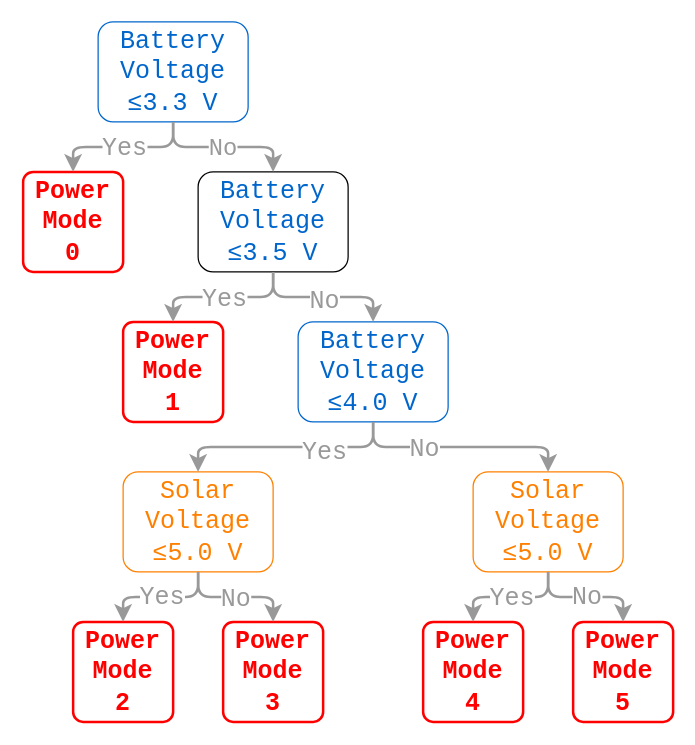
Before: resources/powerManagement.drawio in mi3nts/LoRaWANNodes, a draw.io diagram. Source tidied: cells renumbered, new cells numbered last; positions are measured from the earlier drawing's top-left corner, leaving out a move shared by most shapes. Both pictures are drawn from the tidied source at 125%, with x=0, y=0 at pixel (22, 21).
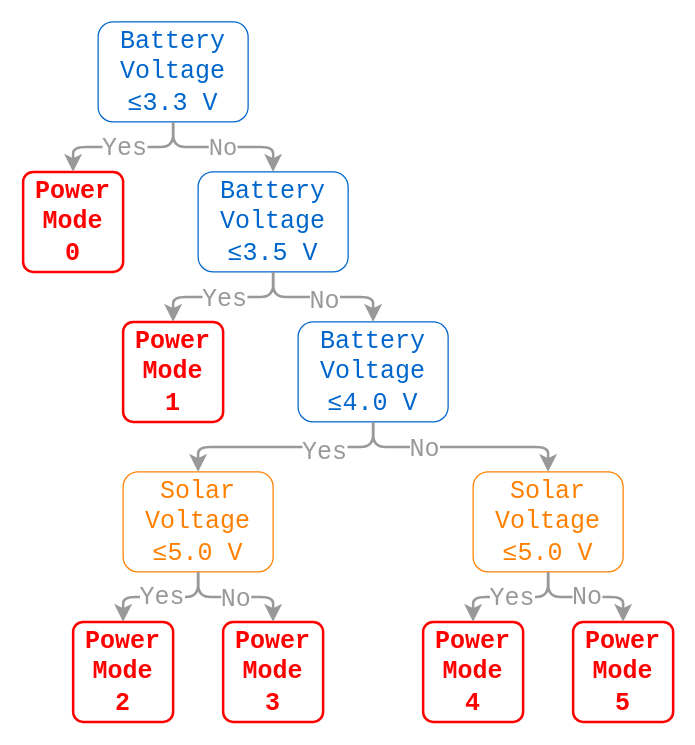
The same diagram, later.

What changed in the source:
```diff
@@
-    <mxCell id="5" value="&lt;font color=&quot;#0066cc&quot; face=&quot;Courier New&quot; style=&quot;font-size: 20px;&quot;&gt;Battery Voltage&lt;br&gt;&lt;/font&gt;&lt;div style=&quot;font-size: 20px;&quot;&gt;&lt;font color=&quot;#0066cc&quot; style=&quot;font-size: 20px;&quot;&gt;&lt;span style=&quot;background-color: initial;&quot;&gt;&lt;font style=&quot;font-size: 20px;&quot; face=&quot;Courier New&quot;&gt;≤&lt;/font&gt;&lt;/span&gt;&lt;font face=&quot;Courier New&quot; style=&quot;font-size: 20px;&quot;&gt;3.5 V&lt;/font&gt;&lt;/font&gt;&lt;/div&gt;" style="rounded=1;whiteSpace=wrap;html=1;strokeColor=#000000;" parent="1" vertex="1">
+    <mxCell id="5" value="&lt;font color=&quot;#0066cc&quot; face=&quot;Courier New&quot; style=&quot;font-size: 20px;&quot;&gt;Battery Voltage&lt;br&gt;&lt;/font&gt;&lt;div style=&quot;font-size: 20px;&quot;&gt;&lt;font color=&quot;#0066cc&quot; style=&quot;font-size: 20px;&quot;&gt;&lt;span style=&quot;background-color: initial;&quot;&gt;&lt;font style=&quot;font-size: 20px;&quot; face=&quot;Courier New&quot;&gt;≤&lt;/font&gt;&lt;/span&gt;&lt;font face=&quot;Courier New&quot; style=&quot;font-size: 20px;&quot;&gt;3.5 V&lt;/font&gt;&lt;/font&gt;&lt;/div&gt;" style="rounded=1;whiteSpace=wrap;html=1;strokeColor=#0066CC;" parent="1" vertex="1">
       <mxGeometry x="140" y="120" width="120" height="80" as="geometry" />
     </mxCell>
```
